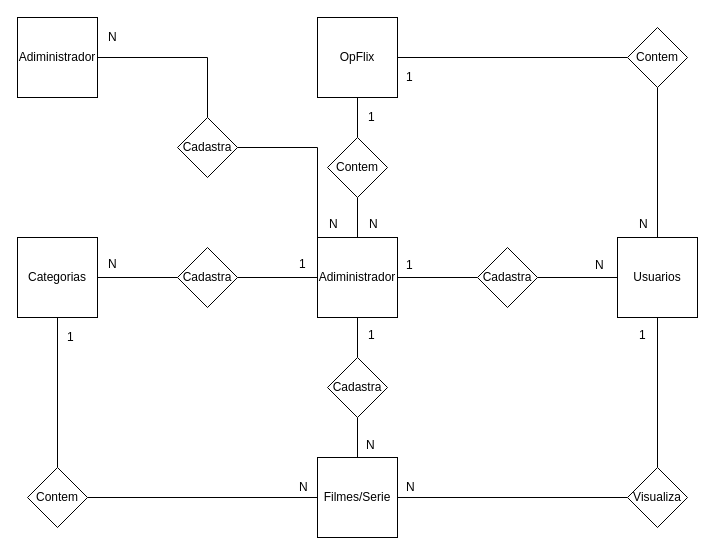
Above: page "Conceitual" (1 of 2) of M_OpFlixV2/BD/M_Diagrama.drawio in GikaRodrigues/2s2019-sprint-1-bd-API-React-Mobile (draw.io), before the change. Source tidied: cells renumbered, new cells numbered last; positions are measured from the earlier drawing's top-left corner, leaving out a move shared by most shapes. Both pictures are drawn from the tidied source at 100%, with x=0, y=0 at pixel (17, 17).
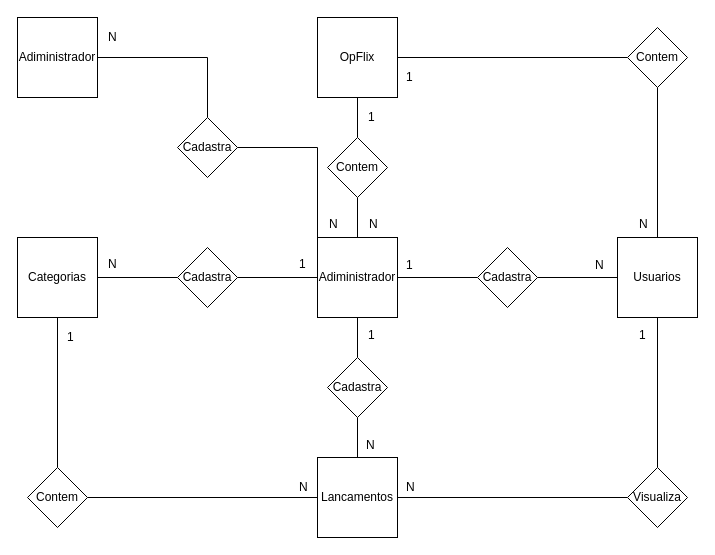
Above is the later version.

The edit, as a diff of the source:
```diff
@@
-    <mxCell id="21" value="Filmes/Serie" style="whiteSpace=wrap;html=1;" parent="1" vertex="1">
+    <mxCell id="21" value="Lancamentos" style="whiteSpace=wrap;html=1;" parent="1" vertex="1">
       <mxGeometry x="300" y="440" width="80" height="80" as="geometry" />
     </mxCell>
```
